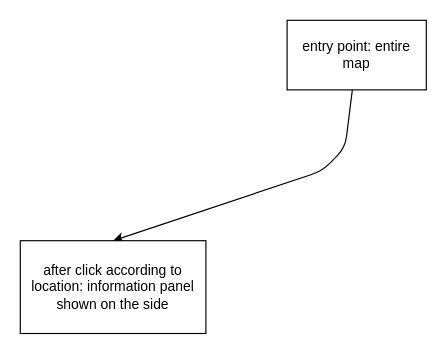
Above: ux-design/wireframe.drawio in sachiniyer/resow (draw.io), before the change. Source tidied: cells renumbered, new cells numbered last; positions are measured from the earlier drawing's top-left corner, leaving out a move shared by most shapes. Both pictures are drawn from the tidied source at 116%, with x=0, y=0 at pixel (20, 20).
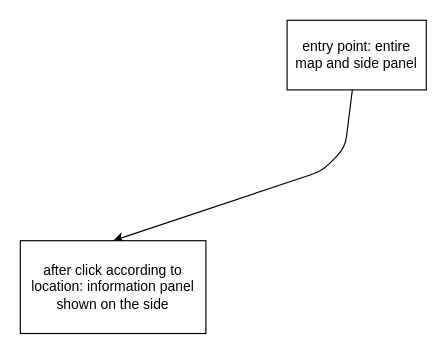
The same diagram, later.

Change to the diagram source:
```diff
@@
 <mxGraphModel>
   <root>
     <mxCell id="0" />
     <mxCell id="1" parent="0" />
     <mxCell id="2" style="edgeStyle=none;html=1;entryX=0.5;entryY=0;entryDx=0;entryDy=0;" parent="1" edge="1" source="3" target="4">
       <mxGeometry relative="1" as="geometry">
         <Array as="points">
           <mxPoint x="280" y="110" />
           <mxPoint x="260" y="130" />
         </Array>
       </mxGeometry>
     </mxCell>
-    <mxCell id="3" value="entry point: entire map" style="whiteSpace=wrap;html=1;" parent="1" vertex="1">
+    <mxCell id="3" value="&lt;div&gt;entry point: entire map and side panel&lt;/div&gt;" style="whiteSpace=wrap;html=1;" parent="1" vertex="1">
       <mxGeometry x="230" width="120" height="60" as="geometry" />
     </mxCell>
     <mxCell id="4" value="after click according to location: information panel shown on the side" style="whiteSpace=wrap;html=1;" parent="1" vertex="1">
       <mxGeometry y="190" width="160" height="80" as="geometry" />
     </mxCell>
   </root>
 </mxGraphModel>
```
